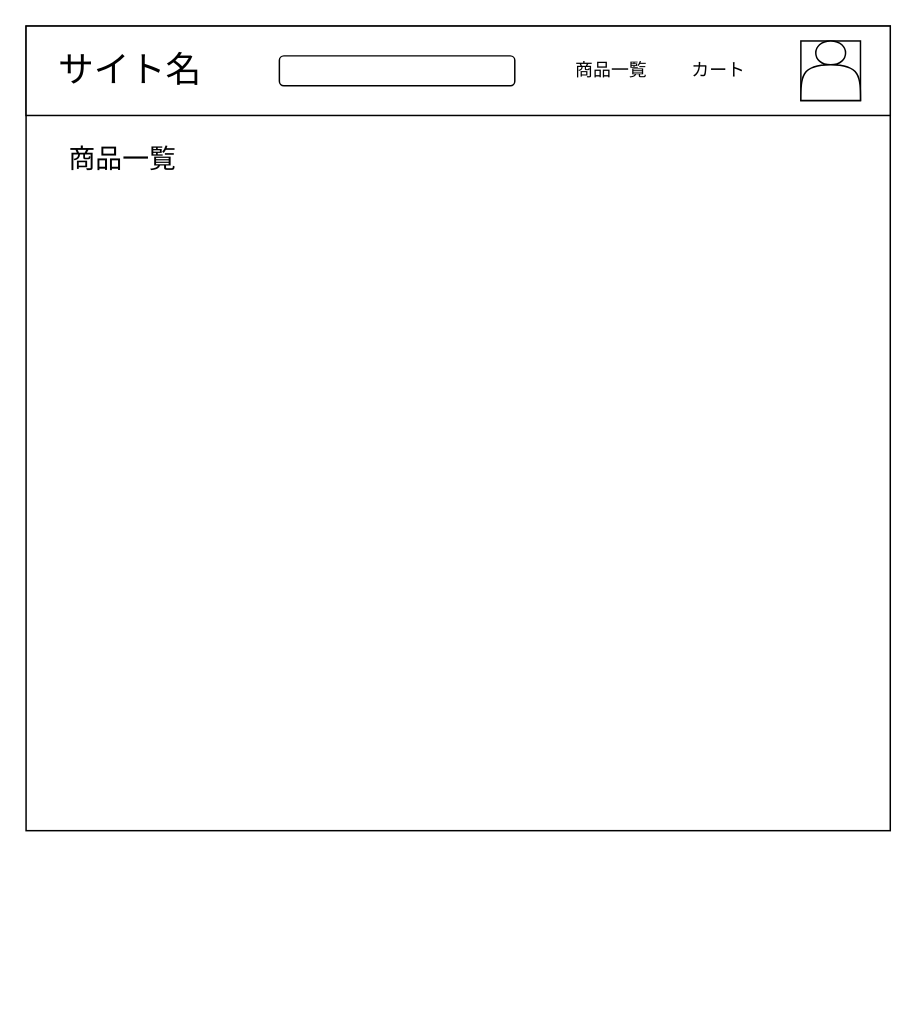
Earlier version of the draw.io diagram EC-site ワイヤーフレーム.drawio (saezurucrow/ec-site). Source tidied: cells renumbered, new cells numbered last; positions are measured from the earlier drawing's top-left corner, leaving out a move shared by most shapes. Both pictures are drawn from the tidied source at 149%, with x=0, y=0 at pixel (25, 25).
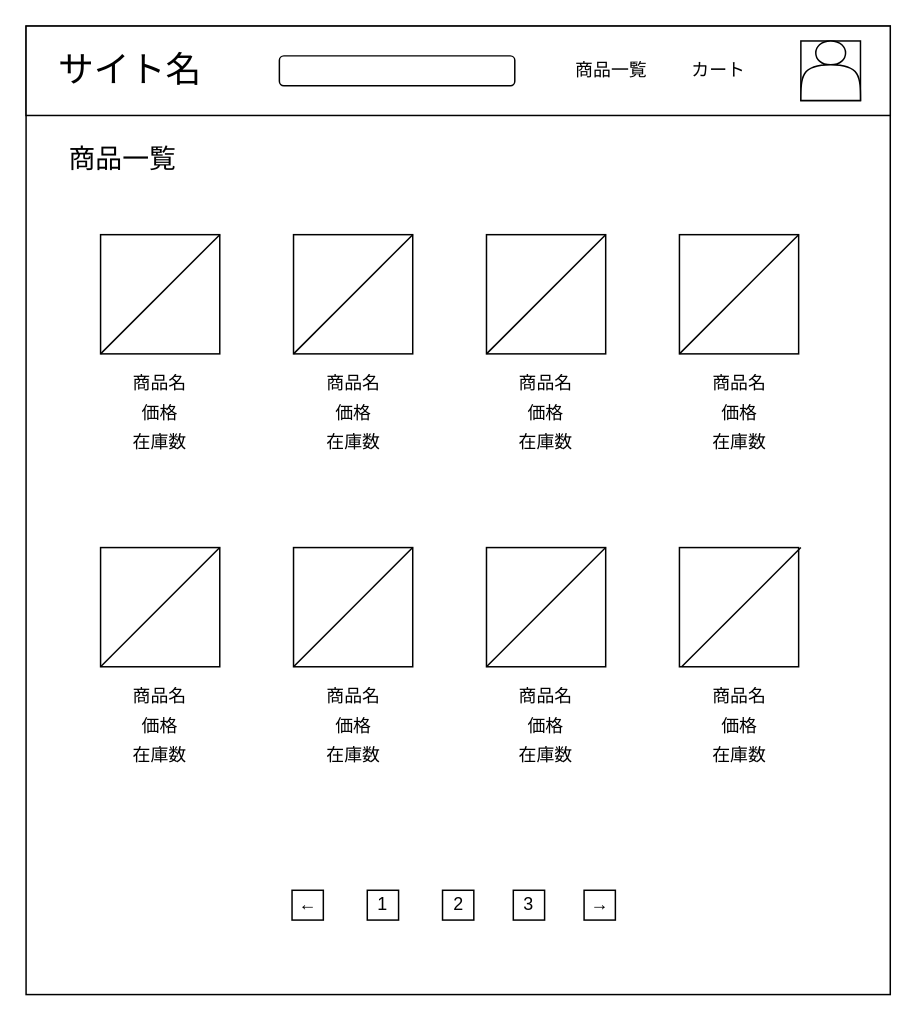
The same page after the edit.

The edit, as a diff of the source:
```diff
@@
     <mxCell id="2" style="rounded=0;whiteSpace=wrap;html=1;" parent="1" vertex="1">
-      <mxGeometry width="580" height="540" as="geometry" />
+      <mxGeometry width="580" height="650" as="geometry" />
     </mxCell>
@@
+    <mxCell id="11" style="whiteSpace=wrap;html=1;" parent="1" vertex="1">
+      <mxGeometry x="50" y="140" width="80" height="80" as="geometry" />
+    </mxCell>
+    <mxCell id="12" style="whiteSpace=wrap;html=1;" parent="1" vertex="1">
+      <mxGeometry x="179.5" y="140" width="80" height="80" as="geometry" />
+    </mxCell>
+    <mxCell id="13" style="whiteSpace=wrap;html=1;" parent="1" vertex="1">
+      <mxGeometry x="309" y="140" width="80" height="80" as="geometry" />
+    </mxCell>
+    <mxCell id="14" style="whiteSpace=wrap;html=1;" parent="1" vertex="1">
+      <mxGeometry x="438.5" y="140" width="80" height="80" as="geometry" />
+    </mxCell>
+    <mxCell id="15" style="whiteSpace=wrap;html=1;" parent="1" vertex="1">
+      <mxGeometry x="50" y="350" width="80" height="80" as="geometry" />
+    </mxCell>
+    <mxCell id="16" style="whiteSpace=wrap;html=1;" parent="1" vertex="1">
+      <mxGeometry x="179.5" y="350" width="80" height="80" as="geometry" />
+    </mxCell>
+    <mxCell id="17" style="whiteSpace=wrap;html=1;" parent="1" vertex="1">
+      <mxGeometry x="309" y="350" width="80" height="80" as="geometry" />
+    </mxCell>
+    <mxCell id="18" style="whiteSpace=wrap;html=1;" parent="1" vertex="1">
+      <mxGeometry x="438.5" y="350" width="80" height="80" as="geometry" />
+    </mxCell>
+    <mxCell id="19" value="商品名" style="text;html=1;strokeColor=none;fillColor=none;align=center;verticalAlign=middle;whiteSpace=wrap;rounded=0;" parent="1" vertex="1">
+      <mxGeometry x="70" y="230" width="40" height="20" as="geometry" />
+    </mxCell>
+    <mxCell id="20" value="価格" style="text;html=1;strokeColor=none;fillColor=none;align=center;verticalAlign=middle;whiteSpace=wrap;rounded=0;" parent="1" vertex="1">
+      <mxGeometry x="70" y="250" width="40" height="20" as="geometry" />
+    </mxCell>
+    <mxCell id="21" value="在庫数" style="text;html=1;strokeColor=none;fillColor=none;align=center;verticalAlign=middle;whiteSpace=wrap;rounded=0;" parent="1" vertex="1">
+      <mxGeometry x="70" y="270" width="40" height="20" as="geometry" />
+    </mxCell>
+    <mxCell id="22" value="商品名" style="text;html=1;strokeColor=none;fillColor=none;align=center;verticalAlign=middle;whiteSpace=wrap;rounded=0;" parent="1" vertex="1">
+      <mxGeometry x="199.5" y="230" width="40" height="20" as="geometry" />
+    </mxCell>
+    <mxCell id="23" value="価格" style="text;html=1;strokeColor=none;fillColor=none;align=center;verticalAlign=middle;whiteSpace=wrap;rounded=0;" parent="1" vertex="1">
+      <mxGeometry x="199.5" y="250" width="40" height="20" as="geometry" />
+    </mxCell>
+    <mxCell id="24" value="在庫数" style="text;html=1;strokeColor=none;fillColor=none;align=center;verticalAlign=middle;whiteSpace=wrap;rounded=0;" parent="1" vertex="1">
+      <mxGeometry x="199.5" y="270" width="40" height="20" as="geometry" />
+    </mxCell>
+    <mxCell id="25" value="商品名" style="text;html=1;strokeColor=none;fillColor=none;align=center;verticalAlign=middle;whiteSpace=wrap;rounded=0;" parent="1" vertex="1">
+      <mxGeometry x="329" y="230" width="40" height="20" as="geometry" />
+    </mxCell>
+    <mxCell id="26" value="価格" style="text;html=1;strokeColor=none;fillColor=none;align=center;verticalAlign=middle;whiteSpace=wrap;rounded=0;" parent="1" vertex="1">
+      <mxGeometry x="329" y="250" width="40" height="20" as="geometry" />
+    </mxCell>
+    <mxCell id="27" value="在庫数" style="text;html=1;strokeColor=none;fillColor=none;align=center;verticalAlign=middle;whiteSpace=wrap;rounded=0;" parent="1" vertex="1">
+      <mxGeometry x="329" y="270" width="40" height="20" as="geometry" />
+    </mxCell>
+    <mxCell id="28" value="商品名" style="text;html=1;strokeColor=none;fillColor=none;align=center;verticalAlign=middle;whiteSpace=wrap;rounded=0;" parent="1" vertex="1">
+      <mxGeometry x="458.5" y="230" width="40" height="20" as="geometry" />
+    </mxCell>
+    <mxCell id="29" value="価格" style="text;html=1;strokeColor=none;fillColor=none;align=center;verticalAlign=middle;whiteSpace=wrap;rounded=0;" parent="1" vertex="1">
+      <mxGeometry x="458.5" y="250" width="40" height="20" as="geometry" />
+    </mxCell>
+    <mxCell id="30" value="在庫数" style="text;html=1;strokeColor=none;fillColor=none;align=center;verticalAlign=middle;whiteSpace=wrap;rounded=0;" parent="1" vertex="1">
+      <mxGeometry x="458.5" y="270" width="40" height="20" as="geometry" />
+    </mxCell>
+    <mxCell id="31" value="商品名" style="text;html=1;strokeColor=none;fillColor=none;align=center;verticalAlign=middle;whiteSpace=wrap;rounded=0;" parent="1" vertex="1">
+      <mxGeometry x="70" y="440" width="40" height="20" as="geometry" />
+    </mxCell>
+    <mxCell id="32" value="価格" style="text;html=1;strokeColor=none;fillColor=none;align=center;verticalAlign=middle;whiteSpace=wrap;rounded=0;" parent="1" vertex="1">
+      <mxGeometry x="70" y="460" width="40" height="20" as="geometry" />
+    </mxCell>
+    <mxCell id="33" value="在庫数" style="text;html=1;strokeColor=none;fillColor=none;align=center;verticalAlign=middle;whiteSpace=wrap;rounded=0;" parent="1" vertex="1">
+      <mxGeometry x="70" y="480" width="40" height="20" as="geometry" />
+    </mxCell>
+    <mxCell id="34" value="商品名" style="text;html=1;strokeColor=none;fillColor=none;align=center;verticalAlign=middle;whiteSpace=wrap;rounded=0;" parent="1" vertex="1">
+      <mxGeometry x="199.5" y="440" width="40" height="20" as="geometry" />
+    </mxCell>
+    <mxCell id="35" value="価格" style="text;html=1;strokeColor=none;fillColor=none;align=center;verticalAlign=middle;whiteSpace=wrap;rounded=0;" parent="1" vertex="1">
+      <mxGeometry x="199.5" y="460" width="40" height="20" as="geometry" />
+    </mxCell>
+    <mxCell id="36" value="在庫数" style="text;html=1;strokeColor=none;fillColor=none;align=center;verticalAlign=middle;whiteSpace=wrap;rounded=0;" parent="1" vertex="1">
+      <mxGeometry x="199.5" y="480" width="40" height="20" as="geometry" />
+    </mxCell>
+    <mxCell id="37" value="商品名" style="text;html=1;strokeColor=none;fillColor=none;align=center;verticalAlign=middle;whiteSpace=wrap;rounded=0;" parent="1" vertex="1">
+      <mxGeometry x="329" y="440" width="40" height="20" as="geometry" />
+    </mxCell>
+    <mxCell id="38" value="価格" style="text;html=1;strokeColor=none;fillColor=none;align=center;verticalAlign=middle;whiteSpace=wrap;rounded=0;" parent="1" vertex="1">
+      <mxGeometry x="329" y="460" width="40" height="20" as="geometry" />
+    </mxCell>
+    <mxCell id="39" value="在庫数" style="text;html=1;strokeColor=none;fillColor=none;align=center;verticalAlign=middle;whiteSpace=wrap;rounded=0;" parent="1" vertex="1">
+      <mxGeometry x="329" y="480" width="40" height="20" as="geometry" />
+    </mxCell>
+    <mxCell id="40" value="商品名" style="text;html=1;strokeColor=none;fillColor=none;align=center;verticalAlign=middle;whiteSpace=wrap;rounded=0;" parent="1" vertex="1">
+      <mxGeometry x="458.5" y="440" width="40" height="20" as="geometry" />
+    </mxCell>
+    <mxCell id="41" value="価格" style="text;html=1;strokeColor=none;fillColor=none;align=center;verticalAlign=middle;whiteSpace=wrap;rounded=0;" parent="1" vertex="1">
+      <mxGeometry x="458.5" y="460" width="40" height="20" as="geometry" />
+    </mxCell>
+    <mxCell id="42" value="在庫数" style="text;html=1;strokeColor=none;fillColor=none;align=center;verticalAlign=middle;whiteSpace=wrap;rounded=0;" parent="1" vertex="1">
+      <mxGeometry x="458.5" y="480" width="40" height="20" as="geometry" />
+    </mxCell>
+    <mxCell id="43" style="endArrow=none;html=1;entryX=1;entryY=0;entryDx=0;entryDy=0;entryPerimeter=0;" parent="1" edge="1" target="15">
+      <mxGeometry relative="1" as="geometry">
+        <mxPoint x="50" y="430" as="sourcePoint" />
+      </mxGeometry>
+    </mxCell>
+    <mxCell id="44" style="endArrow=none;html=1;entryX=1;entryY=0;entryDx=0;entryDy=0;entryPerimeter=0;" parent="1" edge="1">
+      <mxGeometry relative="1" as="geometry">
+        <mxPoint x="50" y="220" as="sourcePoint" />
+        <mxPoint x="130" y="140" as="targetPoint" />
+      </mxGeometry>
+    </mxCell>
+    <mxCell id="45" style="endArrow=none;html=1;entryX=1;entryY=0;entryDx=0;entryDy=0;entryPerimeter=0;" parent="1" edge="1">
+      <mxGeometry relative="1" as="geometry">
+        <mxPoint x="438.5" y="220" as="sourcePoint" />
+        <mxPoint x="518.5" y="140" as="targetPoint" />
+      </mxGeometry>
+    </mxCell>
+    <mxCell id="46" style="endArrow=none;html=1;entryX=1;entryY=0;entryDx=0;entryDy=0;entryPerimeter=0;" parent="1" edge="1">
+      <mxGeometry relative="1" as="geometry">
+        <mxPoint x="309" y="430" as="sourcePoint" />
+        <mxPoint x="389" y="350" as="targetPoint" />
+      </mxGeometry>
+    </mxCell>
+    <mxCell id="47" style="endArrow=none;html=1;entryX=1;entryY=0;entryDx=0;entryDy=0;entryPerimeter=0;" parent="1" edge="1">
+      <mxGeometry relative="1" as="geometry">
+        <mxPoint x="440" y="430" as="sourcePoint" />
+        <mxPoint x="520" y="350" as="targetPoint" />
+      </mxGeometry>
+    </mxCell>
+    <mxCell id="48" style="endArrow=none;html=1;entryX=1;entryY=0;entryDx=0;entryDy=0;entryPerimeter=0;" parent="1" edge="1">
+      <mxGeometry relative="1" as="geometry">
+        <mxPoint x="309" y="220" as="sourcePoint" />
+        <mxPoint x="389" y="140" as="targetPoint" />
+      </mxGeometry>
+    </mxCell>
+    <mxCell id="49" style="endArrow=none;html=1;entryX=1;entryY=0;entryDx=0;entryDy=0;entryPerimeter=0;" parent="1" edge="1">
+      <mxGeometry relative="1" as="geometry">
+        <mxPoint x="179.5" y="430" as="sourcePoint" />
+        <mxPoint x="259.5" y="350" as="targetPoint" />
+      </mxGeometry>
+    </mxCell>
+    <mxCell id="50" style="endArrow=none;html=1;entryX=1;entryY=0;entryDx=0;entryDy=0;entryPerimeter=0;" parent="1" edge="1">
+      <mxGeometry relative="1" as="geometry">
+        <mxPoint x="179.5" y="220" as="sourcePoint" />
+        <mxPoint x="259.5" y="140" as="targetPoint" />
+      </mxGeometry>
+    </mxCell>
+    <mxCell id="51" value="←" style="rounded=0;whiteSpace=wrap;html=1;" parent="1" vertex="1">
+      <mxGeometry x="178.5" y="580" width="21" height="20" as="geometry" />
+    </mxCell>
+    <mxCell id="52" value="1" style="rounded=0;whiteSpace=wrap;html=1;" parent="1" vertex="1">
+      <mxGeometry x="229" y="580" width="21" height="20" as="geometry" />
+    </mxCell>
+    <mxCell id="53" value="2" style="rounded=0;whiteSpace=wrap;html=1;" parent="1" vertex="1">
+      <mxGeometry x="279.5" y="580" width="21" height="20" as="geometry" />
+    </mxCell>
+    <mxCell id="54" value="3" style="rounded=0;whiteSpace=wrap;html=1;" parent="1" vertex="1">
+      <mxGeometry x="327" y="580" width="21" height="20" as="geometry" />
+    </mxCell>
+    <mxCell id="55" value="→" style="rounded=0;whiteSpace=wrap;html=1;" parent="1" vertex="1">
+      <mxGeometry x="374.5" y="580" width="21" height="20" as="geometry" />
+    </mxCell>
```
